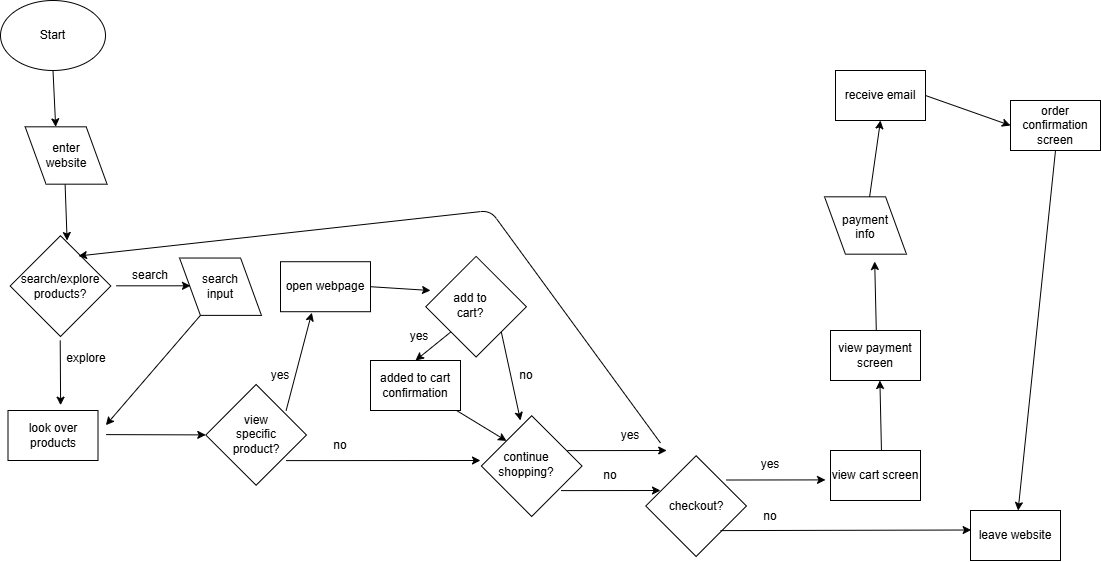
Before: explore/diagramming/diagram.drawio.png, a diagram exported from draw.io (ekpham18/sp26-cse110-lab4). Source tidied: cells renumbered, new cells last; positions are measured from the earlier drawing's top-left corner, leaving out a move shared by most shapes. The source it was exported from:
```xml
<mxGraphModel>
  <root>
    <mxCell id="0" />
    <mxCell id="1" parent="0" />
    <mxCell id="2" style="whiteSpace=wrap;html=1;rotation=-45;" parent="1" vertex="1">
      <mxGeometry x="24.4" y="250" width="71.2" height="71.2" as="geometry" />
    </mxCell>
    <mxCell id="3" value="search/explore products?" style="text;strokeColor=none;align=center;fillColor=none;html=1;verticalAlign=middle;whiteSpace=wrap;rounded=0;" parent="1" vertex="1">
      <mxGeometry x="30" y="270.6" width="60" height="30" as="geometry" />
    </mxCell>
    <mxCell id="4" style="edgeStyle=none;html=1;exitX=0.5;exitY=1;exitDx=0;exitDy=0;entryX=0;entryY=0;entryDx=0;entryDy=0;" parent="1" edge="1" source="5" target="8">
      <mxGeometry relative="1" as="geometry" />
    </mxCell>
    <mxCell id="5" value="Start" style="ellipse;whiteSpace=wrap;html=1;" parent="1" vertex="1">
      <mxGeometry width="105" height="70" as="geometry" />
    </mxCell>
    <mxCell id="6" style="rhombus;whiteSpace=wrap;html=1;rotation=35;" parent="1" vertex="1">
      <mxGeometry x="170" y="251.2" width="100" height="70" as="geometry" />
    </mxCell>
    <mxCell id="7" value="search&lt;div&gt;input&lt;/div&gt;" style="text;strokeColor=none;align=center;fillColor=none;html=1;verticalAlign=middle;whiteSpace=wrap;rounded=0;" parent="1" vertex="1">
      <mxGeometry x="190" y="271.2" width="60" height="30" as="geometry" />
    </mxCell>
    <mxCell id="8" style="rhombus;whiteSpace=wrap;html=1;rotation=35;" parent="1" vertex="1">
      <mxGeometry x="15.6" y="120" width="100" height="70" as="geometry" />
    </mxCell>
    <mxCell id="9" style="edgeStyle=none;html=1;exitX=0;exitY=0.75;exitDx=0;exitDy=0;" parent="1" edge="1">
      <mxGeometry relative="1" as="geometry">
        <mxPoint x="115.6" y="285.3" as="sourcePoint" />
        <mxPoint x="190" y="285.3" as="targetPoint" />
      </mxGeometry>
    </mxCell>
    <mxCell id="10" value="enter&lt;div&gt;website&lt;/div&gt;" style="text;strokeColor=none;align=center;fillColor=none;html=1;verticalAlign=middle;whiteSpace=wrap;rounded=0;" parent="1" vertex="1">
      <mxGeometry x="35.6" y="140" width="60" height="30" as="geometry" />
    </mxCell>
    <mxCell id="11" style="edgeStyle=none;html=1;exitX=0.5;exitY=1;exitDx=0;exitDy=0;entryX=0;entryY=0;entryDx=0;entryDy=0;" parent="1" edge="1">
      <mxGeometry relative="1" as="geometry">
        <mxPoint x="64.6" y="184" as="sourcePoint" />
        <mxPoint x="66.6" y="240" as="targetPoint" />
      </mxGeometry>
    </mxCell>
    <mxCell id="12" style="edgeStyle=none;html=1;exitX=0;exitY=0.75;exitDx=0;exitDy=0;" parent="1" edge="1">
      <mxGeometry relative="1" as="geometry">
        <mxPoint x="59.7" y="340" as="sourcePoint" />
        <mxPoint x="60.1" y="404.7" as="targetPoint" />
      </mxGeometry>
    </mxCell>
    <mxCell id="13" value="search" style="text;strokeColor=none;align=center;fillColor=none;html=1;verticalAlign=middle;whiteSpace=wrap;rounded=0;" parent="1" vertex="1">
      <mxGeometry x="120" y="260" width="60" height="30" as="geometry" />
    </mxCell>
    <mxCell id="14" value="&lt;div&gt;explore&lt;/div&gt;&lt;div&gt;&lt;br&gt;&lt;/div&gt;" style="text;strokeColor=none;align=center;fillColor=none;html=1;verticalAlign=middle;whiteSpace=wrap;rounded=0;" parent="1" vertex="1">
      <mxGeometry x="55.6" y="350" width="60" height="30" as="geometry" />
    </mxCell>
    <mxCell id="15" style="edgeStyle=none;html=1;exitX=0.5;exitY=1;exitDx=0;exitDy=0;" parent="1" edge="1" source="6">
      <mxGeometry relative="1" as="geometry">
        <mxPoint x="105.4" y="424.7" as="targetPoint" />
      </mxGeometry>
    </mxCell>
    <mxCell id="16" style="whiteSpace=wrap;html=1;rotation=-45;" parent="1" vertex="1">
      <mxGeometry x="220" y="398.8" width="71.2" height="71.2" as="geometry" />
    </mxCell>
    <mxCell id="17" value="view specific product?" style="text;strokeColor=none;align=center;fillColor=none;html=1;verticalAlign=middle;whiteSpace=wrap;rounded=0;" parent="1" vertex="1">
      <mxGeometry x="225.6" y="419.4" width="60" height="30" as="geometry" />
    </mxCell>
    <mxCell id="18" style="edgeStyle=none;html=1;exitX=0;exitY=0.75;exitDx=0;exitDy=0;entryX=0;entryY=0;entryDx=0;entryDy=0;" parent="1" edge="1" target="16">
      <mxGeometry relative="1" as="geometry">
        <mxPoint x="105.6" y="434.1" as="sourcePoint" />
      </mxGeometry>
    </mxCell>
    <mxCell id="19" style="edgeStyle=none;html=1;exitX=0;exitY=0.75;exitDx=0;exitDy=0;entryX=0.348;entryY=1.019;entryDx=0;entryDy=0;entryPerimeter=0;" parent="1" edge="1" target="42">
      <mxGeometry relative="1" as="geometry">
        <mxPoint x="285.6" y="410.1" as="sourcePoint" />
      </mxGeometry>
    </mxCell>
    <mxCell id="20" style="edgeStyle=none;html=1;exitX=0;exitY=0.75;exitDx=0;exitDy=0;" parent="1" edge="1">
      <mxGeometry relative="1" as="geometry">
        <mxPoint x="285.6" y="460.1" as="sourcePoint" />
        <mxPoint x="480" y="460" as="targetPoint" />
      </mxGeometry>
    </mxCell>
    <mxCell id="21" value="yes" style="text;strokeColor=none;align=center;fillColor=none;html=1;verticalAlign=middle;whiteSpace=wrap;rounded=0;" parent="1" vertex="1">
      <mxGeometry x="250" y="360" width="60" height="30" as="geometry" />
    </mxCell>
    <mxCell id="22" value="no" style="text;strokeColor=none;align=center;fillColor=none;html=1;verticalAlign=middle;whiteSpace=wrap;rounded=0;" parent="1" vertex="1">
      <mxGeometry x="310" y="430" width="60" height="30" as="geometry" />
    </mxCell>
    <mxCell id="23" style="whiteSpace=wrap;html=1;rotation=-45;" parent="1" vertex="1">
      <mxGeometry x="495.6" y="430" width="71.2" height="71.2" as="geometry" />
    </mxCell>
    <mxCell id="24" value="continue shopping?" style="text;strokeColor=none;align=center;fillColor=none;html=1;verticalAlign=middle;whiteSpace=wrap;rounded=0;" parent="1" vertex="1">
      <mxGeometry x="495.6" y="449.4" width="60" height="30" as="geometry" />
    </mxCell>
    <mxCell id="25" value="look over products" style="whiteSpace=wrap;html=1;" parent="1" vertex="1">
      <mxGeometry x="7.5" y="410" width="90" height="50" as="geometry" />
    </mxCell>
    <mxCell id="26" style="edgeStyle=none;html=1;exitX=1;exitY=0.75;exitDx=0;exitDy=0;entryX=0.978;entryY=0.38;entryDx=0;entryDy=0;entryPerimeter=0;" parent="1" edge="1" source="27" target="2">
      <mxGeometry relative="1" as="geometry">
        <Array as="points">
          <mxPoint x="490" y="210" />
        </Array>
      </mxGeometry>
    </mxCell>
    <mxCell id="27" value="yes" style="text;strokeColor=none;align=center;fillColor=none;html=1;verticalAlign=middle;whiteSpace=wrap;rounded=0;" parent="1" vertex="1">
      <mxGeometry x="600" y="420" width="60" height="30" as="geometry" />
    </mxCell>
    <mxCell id="28" value="no" style="text;strokeColor=none;align=center;fillColor=none;html=1;verticalAlign=middle;whiteSpace=wrap;rounded=0;" parent="1" vertex="1">
      <mxGeometry x="580" y="460" width="60" height="30" as="geometry" />
    </mxCell>
    <mxCell id="29" style="edgeStyle=none;html=1;exitX=0;exitY=0.75;exitDx=0;exitDy=0;entryX=0;entryY=0;entryDx=0;entryDy=0;" parent="1" edge="1">
      <mxGeometry relative="1" as="geometry">
        <mxPoint x="566.8" y="450.1" as="sourcePoint" />
        <mxPoint x="666.2" y="450" as="targetPoint" />
      </mxGeometry>
    </mxCell>
    <mxCell id="30" style="edgeStyle=none;html=1;exitX=0;exitY=0.75;exitDx=0;exitDy=0;entryX=0;entryY=0;entryDx=0;entryDy=0;" parent="1" edge="1">
      <mxGeometry relative="1" as="geometry">
        <mxPoint x="560.6" y="490.1" as="sourcePoint" />
        <mxPoint x="660" y="490" as="targetPoint" />
      </mxGeometry>
    </mxCell>
    <mxCell id="31" style="whiteSpace=wrap;html=1;rotation=-45;" parent="1" vertex="1">
      <mxGeometry x="660" y="470" width="71.2" height="71.2" as="geometry" />
    </mxCell>
    <mxCell id="32" value="checkout?" style="text;strokeColor=none;align=center;fillColor=none;html=1;verticalAlign=middle;whiteSpace=wrap;rounded=0;" parent="1" vertex="1">
      <mxGeometry x="665.6" y="490.6" width="60" height="30" as="geometry" />
    </mxCell>
    <mxCell id="33" style="edgeStyle=none;html=1;exitX=0;exitY=0.75;exitDx=0;exitDy=0;entryX=0.007;entryY=0.39;entryDx=0;entryDy=0;entryPerimeter=0;" parent="1" edge="1" target="37">
      <mxGeometry relative="1" as="geometry">
        <mxPoint x="720" y="530.1" as="sourcePoint" />
      </mxGeometry>
    </mxCell>
    <mxCell id="34" style="edgeStyle=none;html=1;exitX=0;exitY=0.75;exitDx=0;exitDy=0;entryX=0;entryY=0;entryDx=0;entryDy=0;" parent="1" edge="1">
      <mxGeometry relative="1" as="geometry">
        <mxPoint x="725.6" y="479.5" as="sourcePoint" />
        <mxPoint x="825" y="479.4" as="targetPoint" />
      </mxGeometry>
    </mxCell>
    <mxCell id="35" value="yes" style="text;strokeColor=none;align=center;fillColor=none;html=1;verticalAlign=middle;whiteSpace=wrap;rounded=0;" parent="1" vertex="1">
      <mxGeometry x="740" y="449.4" width="60" height="30" as="geometry" />
    </mxCell>
    <mxCell id="36" value="no" style="text;strokeColor=none;align=center;fillColor=none;html=1;verticalAlign=middle;whiteSpace=wrap;rounded=0;" parent="1" vertex="1">
      <mxGeometry x="740" y="501.2" width="60" height="30" as="geometry" />
    </mxCell>
    <mxCell id="37" value="leave website" style="whiteSpace=wrap;html=1;" parent="1" vertex="1">
      <mxGeometry x="970" y="510" width="90" height="50" as="geometry" />
    </mxCell>
    <mxCell id="38" value="&lt;div&gt;view cart screen&lt;/div&gt;" style="whiteSpace=wrap;html=1;" parent="1" vertex="1">
      <mxGeometry x="830" y="450" width="90" height="50" as="geometry" />
    </mxCell>
    <mxCell id="39" value="&lt;div&gt;view payment screen&lt;/div&gt;" style="whiteSpace=wrap;html=1;" parent="1" vertex="1">
      <mxGeometry x="830" y="330" width="90" height="50" as="geometry" />
    </mxCell>
    <mxCell id="40" style="edgeStyle=none;html=1;exitX=0.566;exitY=-0.011;exitDx=0;exitDy=0;entryX=0;entryY=0;entryDx=0;entryDy=0;exitPerimeter=0;" parent="1" edge="1" source="38">
      <mxGeometry relative="1" as="geometry">
        <mxPoint x="879.4" y="380" as="targetPoint" />
      </mxGeometry>
    </mxCell>
    <mxCell id="41" style="edgeStyle=none;html=1;exitX=1;exitY=0.5;exitDx=0;exitDy=0;" parent="1" edge="1" source="42">
      <mxGeometry relative="1" as="geometry">
        <mxPoint x="430" y="290" as="targetPoint" />
      </mxGeometry>
    </mxCell>
    <mxCell id="42" value="open webpage" style="whiteSpace=wrap;html=1;" parent="1" vertex="1">
      <mxGeometry x="280" y="261.2" width="90" height="50" as="geometry" />
    </mxCell>
    <mxCell id="43" style="rhombus;whiteSpace=wrap;html=1;rotation=35;" parent="1" vertex="1">
      <mxGeometry x="815" y="190" width="100" height="70" as="geometry" />
    </mxCell>
    <mxCell id="44" value="payment info&lt;div&gt;&lt;br&gt;&lt;/div&gt;" style="text;strokeColor=none;align=center;fillColor=none;html=1;verticalAlign=middle;whiteSpace=wrap;rounded=0;" parent="1" vertex="1">
      <mxGeometry x="835" y="219.4" width="60" height="30" as="geometry" />
    </mxCell>
    <mxCell id="45" style="edgeStyle=none;html=1;exitX=0.566;exitY=-0.011;exitDx=0;exitDy=0;entryX=0;entryY=0;entryDx=0;entryDy=0;exitPerimeter=0;" parent="1" edge="1">
      <mxGeometry relative="1" as="geometry">
        <mxPoint x="875.8" y="330" as="sourcePoint" />
        <mxPoint x="874.2" y="261" as="targetPoint" />
      </mxGeometry>
    </mxCell>
    <mxCell id="46" style="edgeStyle=none;html=1;exitX=0.5;exitY=1;exitDx=0;exitDy=0;" parent="1" edge="1" source="47" target="37">
      <mxGeometry relative="1" as="geometry" />
    </mxCell>
    <mxCell id="47" value="&lt;div&gt;order confirmation screen&lt;span style=&quot;color: rgb(63, 63, 63); font-family: monospace; font-size: 0px; text-align: start; text-wrap-mode: nowrap; background-color: transparent;&quot;&gt;%3CmxGraphModel%3E%3Croot%3E%3CmxCell%20id%3D%220%22%2F%3E%3CmxCell%20id%3D%221%22%20parent%3D%220%22%2F%3E%3CmxCell%20id%3D%222%22%20value%3D%22%26lt%3Bdiv%26gt%3Bview%20payment%20screen%26lt%3B%2Fdiv%26gt%3B%22%20style%3D%22whiteSpace%3Dwrap%3Bhtml%3D1%3B%22%20vertex%3D%221%22%20parent%3D%221%22%3E%3CmxGeometry%20x%3D%22870%22%20y%3D%22500%22%20width%3D%2290%22%20height%3D%2250%22%20as%3D%22geometry%22%2F%3E%3C%2FmxCell%3E%3C%2Froot%3E%3C%2FmxGraphModel%3E&lt;/span&gt;&lt;/div&gt;" style="whiteSpace=wrap;html=1;" parent="1" vertex="1">
      <mxGeometry x="1010" y="100" width="90" height="50" as="geometry" />
    </mxCell>
    <mxCell id="48" value="&lt;div&gt;receive email&lt;/div&gt;" style="whiteSpace=wrap;html=1;" parent="1" vertex="1">
      <mxGeometry x="835" y="70" width="90" height="50" as="geometry" />
    </mxCell>
    <mxCell id="49" style="edgeStyle=none;html=1;entryX=0;entryY=0.5;entryDx=0;entryDy=0;exitX=1;exitY=0.5;exitDx=0;exitDy=0;" parent="1" edge="1" source="48" target="47">
      <mxGeometry relative="1" as="geometry" />
    </mxCell>
    <mxCell id="50" style="edgeStyle=none;html=1;entryX=0.5;entryY=1;entryDx=0;entryDy=0;" parent="1" edge="1" source="43" target="48">
      <mxGeometry relative="1" as="geometry" />
    </mxCell>
    <mxCell id="51" style="edgeStyle=none;html=1;exitX=0.5;exitY=0;exitDx=0;exitDy=0;" parent="1" edge="1" source="52">
      <mxGeometry relative="1" as="geometry">
        <mxPoint x="459.5" y="290" as="targetPoint" />
      </mxGeometry>
    </mxCell>
    <mxCell id="52" style="whiteSpace=wrap;html=1;rotation=-45;" parent="1" vertex="1">
      <mxGeometry x="440" y="270.6" width="71.2" height="71.2" as="geometry" />
    </mxCell>
    <mxCell id="53" value="add to cart?" style="text;strokeColor=none;align=center;fillColor=none;html=1;verticalAlign=middle;whiteSpace=wrap;rounded=0;" parent="1" vertex="1">
      <mxGeometry x="440" y="290" width="60" height="30" as="geometry" />
    </mxCell>
    <mxCell id="54" value="yes" style="text;strokeColor=none;align=center;fillColor=none;html=1;verticalAlign=middle;whiteSpace=wrap;rounded=0;" parent="1" vertex="1">
      <mxGeometry x="389.4" y="321.2" width="60" height="30" as="geometry" />
    </mxCell>
    <mxCell id="55" value="no" style="text;strokeColor=none;align=center;fillColor=none;html=1;verticalAlign=middle;whiteSpace=wrap;rounded=0;" parent="1" vertex="1">
      <mxGeometry x="495.6" y="360" width="60" height="30" as="geometry" />
    </mxCell>
    <mxCell id="56" style="edgeStyle=none;html=1;exitX=0;exitY=0.5;exitDx=0;exitDy=0;entryX=0.5;entryY=0;entryDx=0;entryDy=0;" parent="1" edge="1" source="52" target="59">
      <mxGeometry relative="1" as="geometry" />
    </mxCell>
    <mxCell id="57" style="edgeStyle=none;html=1;exitX=0.5;exitY=1;exitDx=0;exitDy=0;" parent="1" edge="1" source="52">
      <mxGeometry relative="1" as="geometry">
        <mxPoint x="520" y="420" as="targetPoint" />
      </mxGeometry>
    </mxCell>
    <mxCell id="58" style="edgeStyle=none;html=1;entryX=0.5;entryY=0;entryDx=0;entryDy=0;" parent="1" edge="1" source="59" target="23">
      <mxGeometry relative="1" as="geometry" />
    </mxCell>
    <mxCell id="59" value="added to cart confirmation" style="whiteSpace=wrap;html=1;" parent="1" vertex="1">
      <mxGeometry x="370" y="360" width="90" height="50" as="geometry" />
    </mxCell>
  </root>
</mxGraphModel>
```
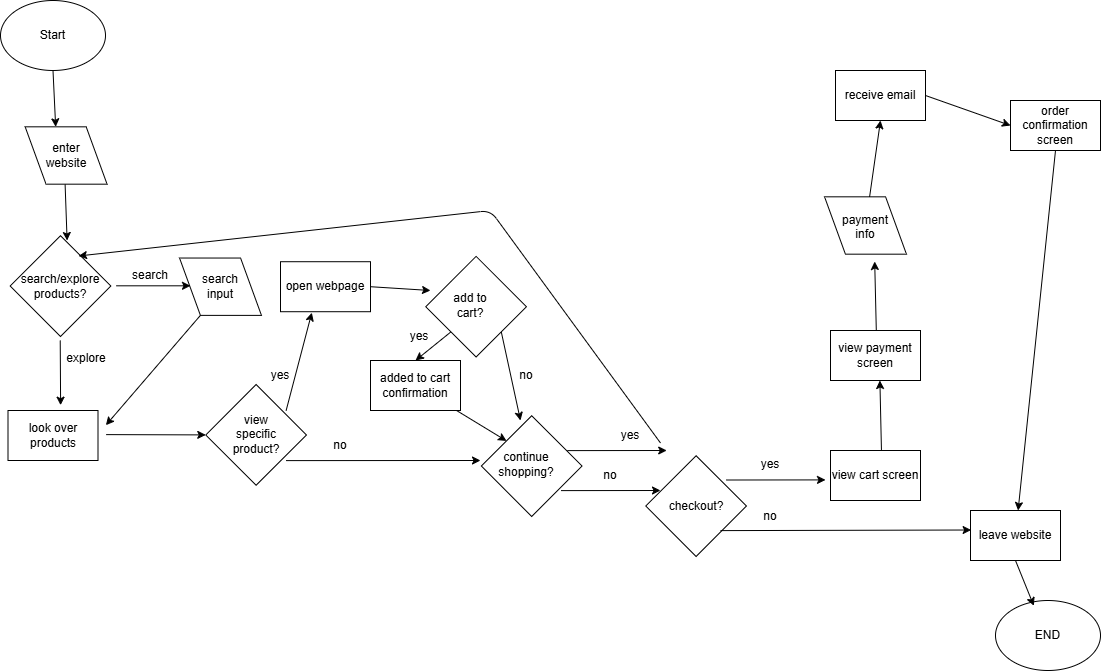
After the change.

Commit message:
added end to diagram

Diff of the diagram source:
```diff
@@ -220,5 +220,11 @@
     <mxCell id="59" value="added to cart confirmation" style="whiteSpace=wrap;html=1;" parent="1" vertex="1">
       <mxGeometry x="370" y="360" width="90" height="50" as="geometry" />
     </mxCell>
+    <mxCell id="60" value="END" style="ellipse;whiteSpace=wrap;html=1;" parent="1" vertex="1">
+      <mxGeometry x="995" y="600" width="105" height="70" as="geometry" />
+    </mxCell>
+    <mxCell id="61" style="edgeStyle=none;html=1;exitX=0.5;exitY=1;exitDx=0;exitDy=0;entryX=0.365;entryY=0.076;entryDx=0;entryDy=0;entryPerimeter=0;" parent="1" edge="1" source="37" target="60">
+      <mxGeometry relative="1" as="geometry" />
+    </mxCell>
   </root>
 </mxGraphModel>
```
